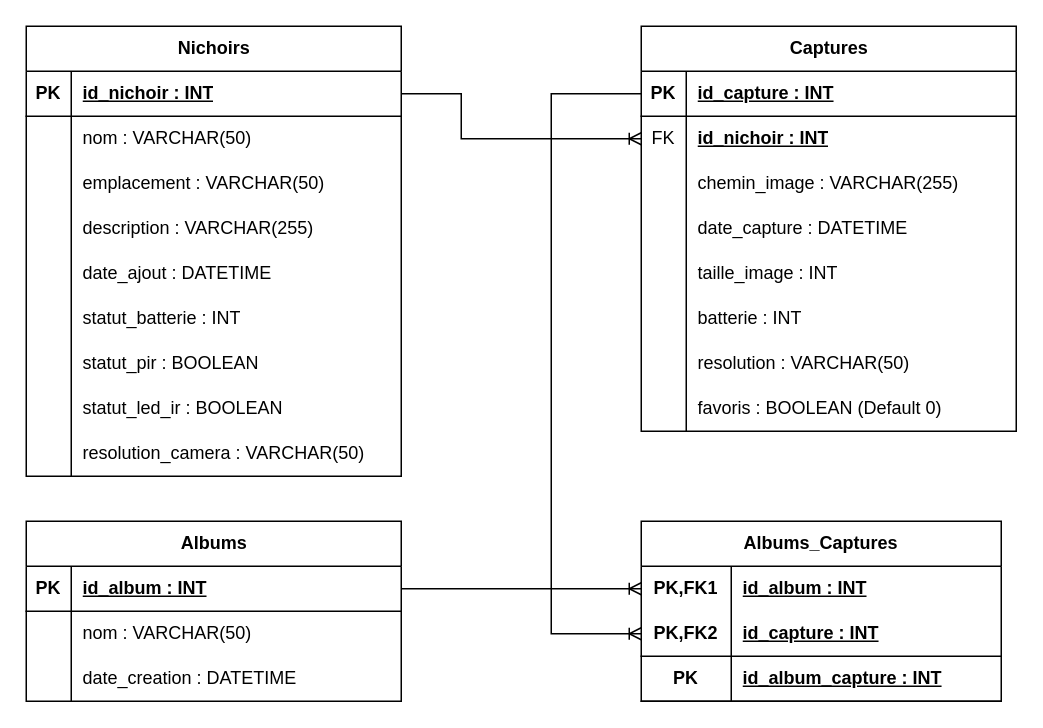
Earlier version of the draw.io diagram docs/diagrammes/ERD.drawio (MaximilienMartin31/ProjetNichoir-HEPL). Source tidied: cells renumbered, new cells numbered last; positions are measured from the earlier drawing's top-left corner, leaving out a move shared by most shapes. Both pictures are drawn from the tidied source at 150%, with x=0, y=0 at pixel (26, 26).
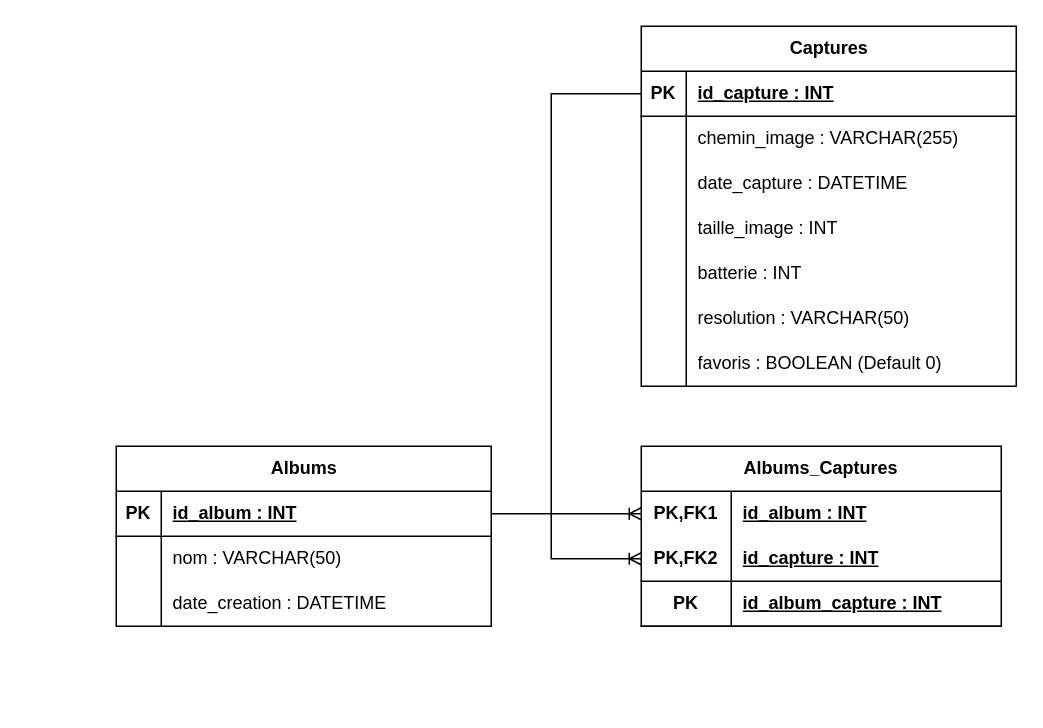
The same diagram, later.

The change refers to these unchanged cells:
```xml
<mxCell id="31" style="shape=tableRow;horizontal=0;startSize=0;swimlaneHead=0;swimlaneBody=0;fillColor=none;points=[[0,0.5],[1,0.5]];portConstraint=eastwest;top=0;left=0;right=0;bottom=1;" parent="30" vertex="1">
  <mxGeometry y="30" width="250" height="30" as="geometry" />
</mxCell>
<mxCell id="70" style="shape=tableRow;horizontal=0;startSize=0;swimlaneHead=0;swimlaneBody=0;fillColor=none;points=[[0,0.5],[1,0.5]];portConstraint=eastwest;top=0;left=0;right=0;bottom=1;html=1;" parent="66" vertex="1">
  <mxGeometry y="60" width="240" height="30" as="geometry" />
</mxCell>
```

The edit, as a diff of the source:
```diff
@@
-    <mxCell id="2" value="Nichoirs" style="shape=table;startSize=30;childLayout=tableLayout;rowLines=0;fontStyle=1;align=center;html=1;" parent="1" vertex="1">
-      <mxGeometry width="250" height="300" as="geometry" />
-    </mxCell>
-    <mxCell id="3" style="shape=tableRow;horizontal=0;startSize=0;swimlaneHead=0;swimlaneBody=0;fillColor=none;points=[[0,0.5],[1,0.5]];portConstraint=eastwest;top=0;left=0;right=0;bottom=1;" parent="2" vertex="1">
-      <mxGeometry y="30" width="250" height="30" as="geometry" />
-    </mxCell>
-    <mxCell id="4" value="PK" style="shape=partialRectangle;fillColor=none;top=0;left=0;bottom=0;right=0;fontStyle=1;overflow=hidden;whiteSpace=wrap;html=1;" parent="3" vertex="1">
-      <mxGeometry width="30" height="30" as="geometry" />
-    </mxCell>
-    <mxCell id="5" value="id_nichoir : INT" style="shape=partialRectangle;fillColor=none;top=0;left=0;bottom=0;right=0;align=left;spacingLeft=6;fontStyle=5;overflow=hidden;whiteSpace=wrap;html=1;" parent="3" vertex="1">
-      <mxGeometry x="30" width="220" height="30" as="geometry" />
-    </mxCell>
-    <mxCell id="6" style="shape=tableRow;horizontal=0;startSize=0;swimlaneHead=0;swimlaneBody=0;fillColor=none;top=0;left=0;right=0;bottom=0;" parent="2" vertex="1">
-      <mxGeometry y="60" width="250" height="30" as="geometry" />
-    </mxCell>
-    <mxCell id="7" style="shape=partialRectangle;fillColor=none;top=0;left=0;bottom=0;right=0;overflow=hidden;whiteSpace=wrap;html=1;" parent="6" vertex="1">
-      <mxGeometry width="30" height="30" as="geometry" />
-    </mxCell>
-    <mxCell id="8" value="nom : VARCHAR(50)" style="shape=partialRectangle;fillColor=none;top=0;left=0;bottom=0;right=0;align=left;spacingLeft=6;overflow=hidden;whiteSpace=wrap;html=1;" parent="6" vertex="1">
-      <mxGeometry x="30" width="220" height="30" as="geometry" />
-    </mxCell>
-    <mxCell id="9" style="shape=tableRow;horizontal=0;startSize=0;swimlaneHead=0;swimlaneBody=0;fillColor=none;top=0;left=0;right=0;bottom=0;" parent="2" vertex="1">
-      <mxGeometry y="90" width="250" height="30" as="geometry" />
-    </mxCell>
-    <mxCell id="10" style="shape=partialRectangle;fillColor=none;top=0;left=0;bottom=0;right=0;overflow=hidden;whiteSpace=wrap;html=1;" parent="9" vertex="1">
-      <mxGeometry width="30" height="30" as="geometry" />
-    </mxCell>
-    <mxCell id="11" value="emplacement : VARCHAR(50)" style="shape=partialRectangle;fillColor=none;top=0;left=0;bottom=0;right=0;align=left;spacingLeft=6;overflow=hidden;whiteSpace=wrap;html=1;" parent="9" vertex="1">
-      <mxGeometry x="30" width="220" height="30" as="geometry" />
-    </mxCell>
-    <mxCell id="12" style="shape=tableRow;horizontal=0;startSize=0;swimlaneHead=0;swimlaneBody=0;fillColor=none;top=0;left=0;right=0;bottom=0;" parent="2" vertex="1">
-      <mxGeometry y="120" width="250" height="30" as="geometry" />
-    </mxCell>
-    <mxCell id="13" style="shape=partialRectangle;fillColor=none;top=0;left=0;bottom=0;right=0;overflow=hidden;whiteSpace=wrap;html=1;" parent="12" vertex="1">
-      <mxGeometry width="30" height="30" as="geometry" />
-    </mxCell>
-    <mxCell id="14" value="&lt;div&gt;description : VARCHAR(255)&lt;/div&gt;" style="shape=partialRectangle;fillColor=none;top=0;left=0;bottom=0;right=0;align=left;spacingLeft=6;overflow=hidden;whiteSpace=wrap;html=1;" parent="12" vertex="1">
-      <mxGeometry x="30" width="220" height="30" as="geometry" />
-    </mxCell>
-    <mxCell id="15" style="shape=tableRow;horizontal=0;startSize=0;swimlaneHead=0;swimlaneBody=0;fillColor=none;top=0;left=0;right=0;bottom=0;" parent="2" vertex="1">
-      <mxGeometry y="150" width="250" height="30" as="geometry" />
-    </mxCell>
-    <mxCell id="16" style="shape=partialRectangle;fillColor=none;top=0;left=0;bottom=0;right=0;overflow=hidden;whiteSpace=wrap;html=1;" parent="15" vertex="1">
-      <mxGeometry width="30" height="30" as="geometry" />
-    </mxCell>
-    <mxCell id="17" value="date_ajout : DATETIME" style="shape=partialRectangle;fillColor=none;top=0;left=0;bottom=0;right=0;align=left;spacingLeft=6;overflow=hidden;whiteSpace=wrap;html=1;" parent="15" vertex="1">
-      <mxGeometry x="30" width="220" height="30" as="geometry" />
-    </mxCell>
-    <mxCell id="18" style="shape=tableRow;horizontal=0;startSize=0;swimlaneHead=0;swimlaneBody=0;fillColor=none;top=0;left=0;right=0;bottom=0;" parent="2" vertex="1">
-      <mxGeometry y="180" width="250" height="30" as="geometry" />
-    </mxCell>
-    <mxCell id="19" style="shape=partialRectangle;fillColor=none;top=0;left=0;bottom=0;right=0;overflow=hidden;whiteSpace=wrap;html=1;" parent="18" vertex="1">
-      <mxGeometry width="30" height="30" as="geometry" />
-    </mxCell>
-    <mxCell id="20" value="statut_batterie : INT" style="shape=partialRectangle;fillColor=none;top=0;left=0;bottom=0;right=0;align=left;spacingLeft=6;overflow=hidden;whiteSpace=wrap;html=1;" parent="18" vertex="1">
-      <mxGeometry x="30" width="220" height="30" as="geometry" />
-    </mxCell>
-    <mxCell id="21" style="shape=tableRow;horizontal=0;startSize=0;swimlaneHead=0;swimlaneBody=0;fillColor=none;top=0;left=0;right=0;bottom=0;" parent="2" vertex="1">
-      <mxGeometry y="210" width="250" height="30" as="geometry" />
-    </mxCell>
-    <mxCell id="22" style="shape=partialRectangle;fillColor=none;top=0;left=0;bottom=0;right=0;overflow=hidden;whiteSpace=wrap;html=1;" parent="21" vertex="1">
-      <mxGeometry width="30" height="30" as="geometry" />
-    </mxCell>
-    <mxCell id="23" value="statut_pir : BOOLEAN" style="shape=partialRectangle;fillColor=none;top=0;left=0;bottom=0;right=0;align=left;spacingLeft=6;overflow=hidden;whiteSpace=wrap;html=1;" parent="21" vertex="1">
-      <mxGeometry x="30" width="220" height="30" as="geometry" />
-    </mxCell>
-    <mxCell id="24" style="shape=tableRow;horizontal=0;startSize=0;swimlaneHead=0;swimlaneBody=0;fillColor=none;top=0;left=0;right=0;bottom=0;" parent="2" vertex="1">
-      <mxGeometry y="240" width="250" height="30" as="geometry" />
-    </mxCell>
-    <mxCell id="25" style="shape=partialRectangle;fillColor=none;top=0;left=0;bottom=0;right=0;overflow=hidden;whiteSpace=wrap;html=1;" parent="24" vertex="1">
-      <mxGeometry width="30" height="30" as="geometry" />
-    </mxCell>
-    <mxCell id="26" value="statut_led_ir : BOOLEAN" style="shape=partialRectangle;fillColor=none;top=0;left=0;bottom=0;right=0;align=left;spacingLeft=6;overflow=hidden;whiteSpace=wrap;html=1;" parent="24" vertex="1">
-      <mxGeometry x="30" width="220" height="30" as="geometry" />
-    </mxCell>
-    <mxCell id="27" style="shape=tableRow;horizontal=0;startSize=0;swimlaneHead=0;swimlaneBody=0;fillColor=none;top=0;left=0;right=0;bottom=0;" parent="2" vertex="1">
-      <mxGeometry y="270" width="250" height="30" as="geometry" />
-    </mxCell>
-    <mxCell id="28" style="shape=partialRectangle;fillColor=none;top=0;left=0;bottom=0;right=0;overflow=hidden;whiteSpace=wrap;html=1;" parent="27" vertex="1">
-      <mxGeometry width="30" height="30" as="geometry" />
-    </mxCell>
-    <mxCell id="29" value="resolution_camera : VARCHAR(50)" style="shape=partialRectangle;fillColor=none;top=0;left=0;bottom=0;right=0;align=left;spacingLeft=6;overflow=hidden;whiteSpace=wrap;html=1;" parent="27" vertex="1">
-      <mxGeometry x="30" width="220" height="30" as="geometry" />
-    </mxCell>
     <mxCell id="30" value="Captures" style="shape=table;startSize=30;childLayout=tableLayout;rowLines=0;fontStyle=1;align=center;html=1;" parent="1" vertex="1">
-      <mxGeometry x="410" width="250" height="270" as="geometry" />
+      <mxGeometry x="410" width="250" height="240" as="geometry" />
     </mxCell>
@@
-    <mxCell id="34" style="shape=tableRow;horizontal=0;startSize=0;swimlaneHead=0;swimlaneBody=0;fillColor=none;points=[[0,0.5],[1,0.5]];portConstraint=eastwest;top=0;left=0;right=0;bottom=0;" parent="30" vertex="1">
-      <mxGeometry y="60" width="250" height="30" as="geometry" />
-    </mxCell>
-    <mxCell id="35" value="FK" style="shape=partialRectangle;fillColor=none;top=0;left=0;bottom=0;right=0;overflow=hidden;whiteSpace=wrap;html=1;" parent="34" vertex="1">
-      <mxGeometry width="30" height="30" as="geometry" />
-    </mxCell>
-    <mxCell id="36" value="&lt;b&gt;&lt;u&gt;id_nichoir : INT&lt;/u&gt;&lt;/b&gt;" style="shape=partialRectangle;fillColor=none;top=0;left=0;bottom=0;right=0;align=left;spacingLeft=6;overflow=hidden;whiteSpace=wrap;html=1;" parent="34" vertex="1">
-      <mxGeometry x="30" width="220" height="30" as="geometry" />
-    </mxCell>
     <mxCell id="37" style="shape=tableRow;horizontal=0;startSize=0;swimlaneHead=0;swimlaneBody=0;fillColor=none;top=0;left=0;right=0;bottom=0;" parent="30" vertex="1">
-      <mxGeometry y="90" width="250" height="30" as="geometry" />
+      <mxGeometry y="60" width="250" height="30" as="geometry" />
     </mxCell>
@@
     <mxCell id="40" style="shape=tableRow;horizontal=0;startSize=0;swimlaneHead=0;swimlaneBody=0;fillColor=none;top=0;left=0;right=0;bottom=0;" parent="30" vertex="1">
-      <mxGeometry y="120" width="250" height="30" as="geometry" />
+      <mxGeometry y="90" width="250" height="30" as="geometry" />
     </mxCell>
@@
     <mxCell id="43" style="shape=tableRow;horizontal=0;startSize=0;swimlaneHead=0;swimlaneBody=0;fillColor=none;top=0;left=0;right=0;bottom=0;" parent="30" vertex="1">
-      <mxGeometry y="150" width="250" height="30" as="geometry" />
+      <mxGeometry y="120" width="250" height="30" as="geometry" />
     </mxCell>
@@
     <mxCell id="46" style="shape=tableRow;horizontal=0;startSize=0;swimlaneHead=0;swimlaneBody=0;fillColor=none;top=0;left=0;right=0;bottom=0;" parent="30" vertex="1">
-      <mxGeometry y="180" width="250" height="30" as="geometry" />
+      <mxGeometry y="150" width="250" height="30" as="geometry" />
     </mxCell>
@@
     <mxCell id="49" style="shape=tableRow;horizontal=0;startSize=0;swimlaneHead=0;swimlaneBody=0;fillColor=none;top=0;left=0;right=0;bottom=0;" parent="30" vertex="1">
-      <mxGeometry y="210" width="250" height="30" as="geometry" />
+      <mxGeometry y="180" width="250" height="30" as="geometry" />
     </mxCell>
@@
     <mxCell id="52" style="shape=tableRow;horizontal=0;startSize=0;swimlaneHead=0;swimlaneBody=0;fillColor=none;top=0;left=0;right=0;bottom=0;" parent="30" vertex="1">
-      <mxGeometry y="240" width="250" height="30" as="geometry" />
+      <mxGeometry y="210" width="250" height="30" as="geometry" />
     </mxCell>
@@
-    <mxCell id="55" style="edgeStyle=orthogonalEdgeStyle;fontSize=12;html=1;endArrow=ERoneToMany;rounded=0;exitX=1;exitY=0.5;exitDx=0;exitDy=0;entryX=0;entryY=0.5;entryDx=0;entryDy=0;" parent="1" edge="1" source="3" target="34">
-      <mxGeometry relative="1" as="geometry">
-        <Array as="points">
-          <mxPoint x="290" y="45" />
-          <mxPoint x="290" y="75" />
-        </Array>
-      </mxGeometry>
-    </mxCell>
     <mxCell id="56" value="Albums" style="shape=table;startSize=30;childLayout=tableLayout;rowLines=0;fontStyle=1;align=center;html=1;" parent="1" vertex="1">
-      <mxGeometry y="330" width="250" height="120" as="geometry" />
+      <mxGeometry x="60" y="280" width="250" height="120" as="geometry" />
     </mxCell>
@@
     <mxCell id="66" value="Albums_Captures" style="shape=table;startSize=30;childLayout=tableLayout;rowLines=0;fontStyle=1;align=center;html=1;whiteSpace=wrap;" parent="1" vertex="1">
-      <mxGeometry x="410" y="330" width="240" height="120" as="geometry" />
+      <mxGeometry x="410" y="280" width="240" height="120" as="geometry" />
     </mxCell>
@@
     <mxCell id="77" style="edgeStyle=orthogonalEdgeStyle;fontSize=12;html=1;endArrow=ERoneToMany;rounded=0;exitX=0;exitY=0.5;exitDx=0;exitDy=0;entryX=0;entryY=0.5;entryDx=0;entryDy=0;" parent="1" edge="1" source="31" target="70">
       <mxGeometry relative="1" as="geometry">
         <Array as="points">
           <mxPoint x="350" y="45" />
-          <mxPoint x="350" y="405" />
+          <mxPoint x="350" y="355" />
         </Array>
       </mxGeometry>
     </mxCell>
```
